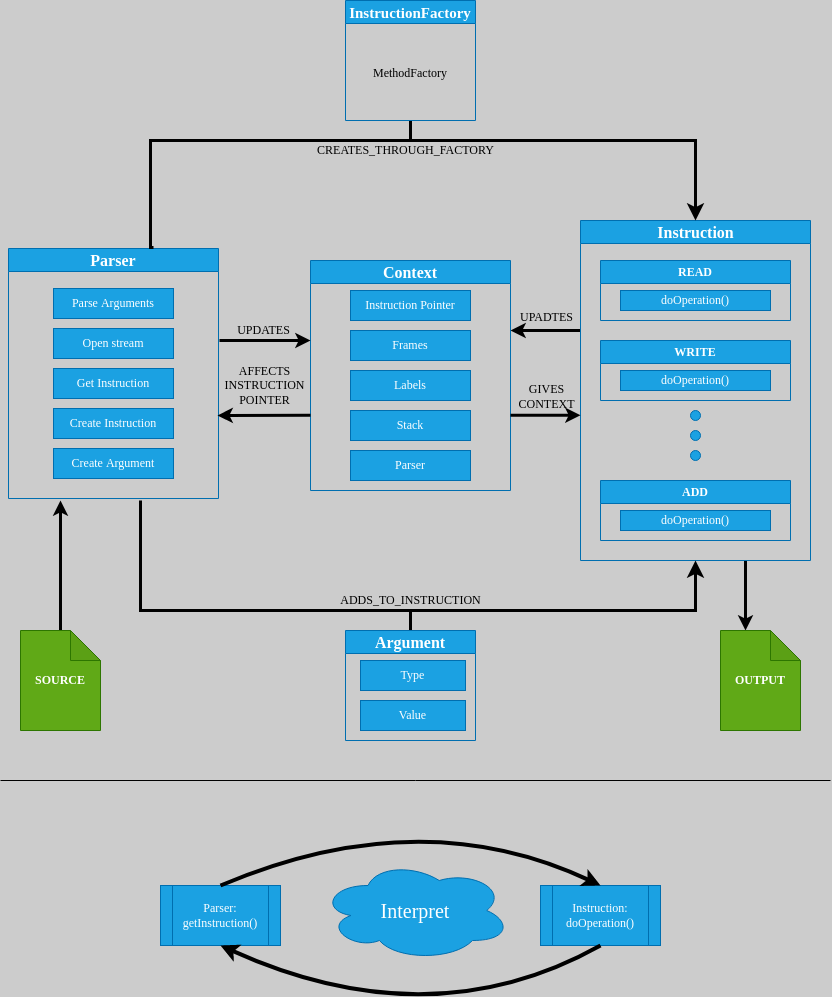
fix1t/but-ipp-interpret keeps this draw.io diagram as SystemFlowDiagram.png. Above is the earlier version. Source tidied: cells renumbered, new cells last; positions are measured from the earlier drawing's top-left corner, leaving out a move shared by most shapes.
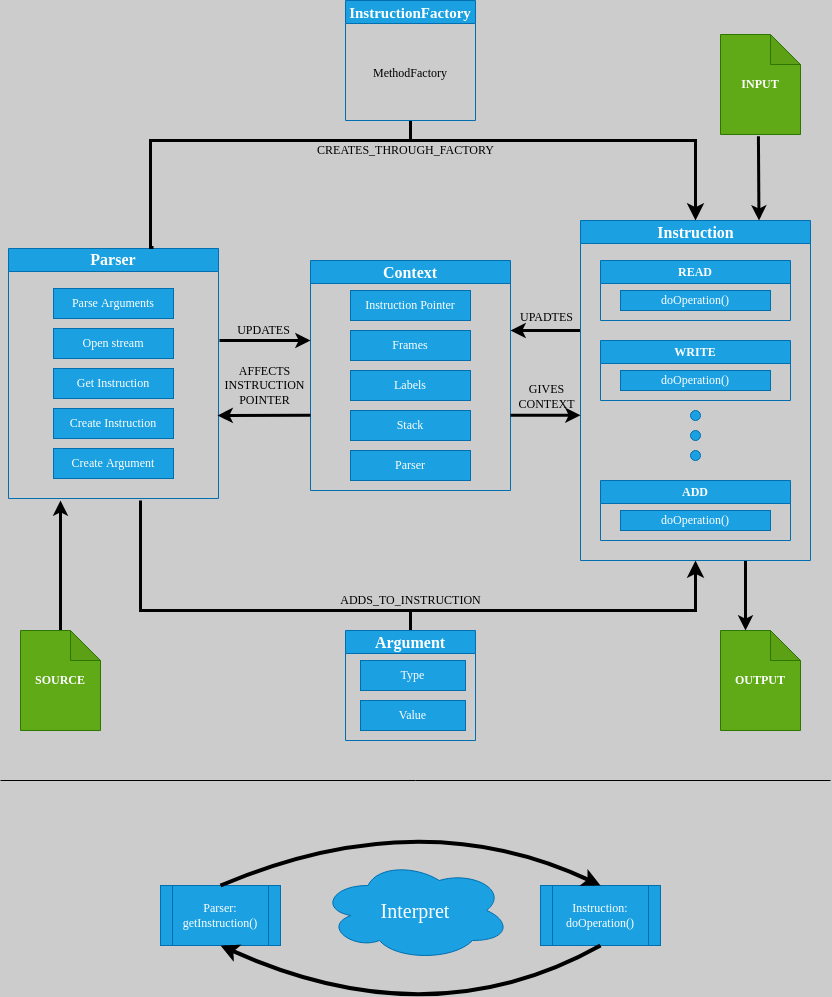
Later version of the same file.

The edit, as a diff of the source:
```diff
@@ -210,5 +210,11 @@
         </Array>
       </mxGeometry>
     </mxCell>
+    <mxCell id="53" style="edgeStyle=none;rounded=0;sketch=0;shadow=0;fontSize=12;startArrow=none;startFill=0;endArrow=classic;endFill=1;fontFamily=Verdana;labelBorderColor=none;html=1;fontColor=#000000;fillColor=#1ba1e2;strokeColor=#000000;strokeWidth=3;entryX=0.776;entryY=0;entryDx=0;entryDy=0;entryPerimeter=0;exitX=0.474;exitY=1.018;exitDx=0;exitDy=0;exitPerimeter=0;" parent="1" edge="1" source="54" target="28">
+      <mxGeometry relative="1" as="geometry" />
+    </mxCell>
+    <mxCell id="54" value="INPUT" style="shape=note;whiteSpace=wrap;backgroundOutline=1;darkOpacity=0.05;fontFamily=Verdana;fontSize=12;labelBorderColor=none;html=1;fillColor=#60a917;strokeColor=#2D7600;fontColor=#ffffff;fontStyle=1;" parent="1" vertex="1">
+      <mxGeometry x="720" y="34" width="80" height="100" as="geometry" />
+    </mxCell>
   </root>
 </mxGraphModel>
```
